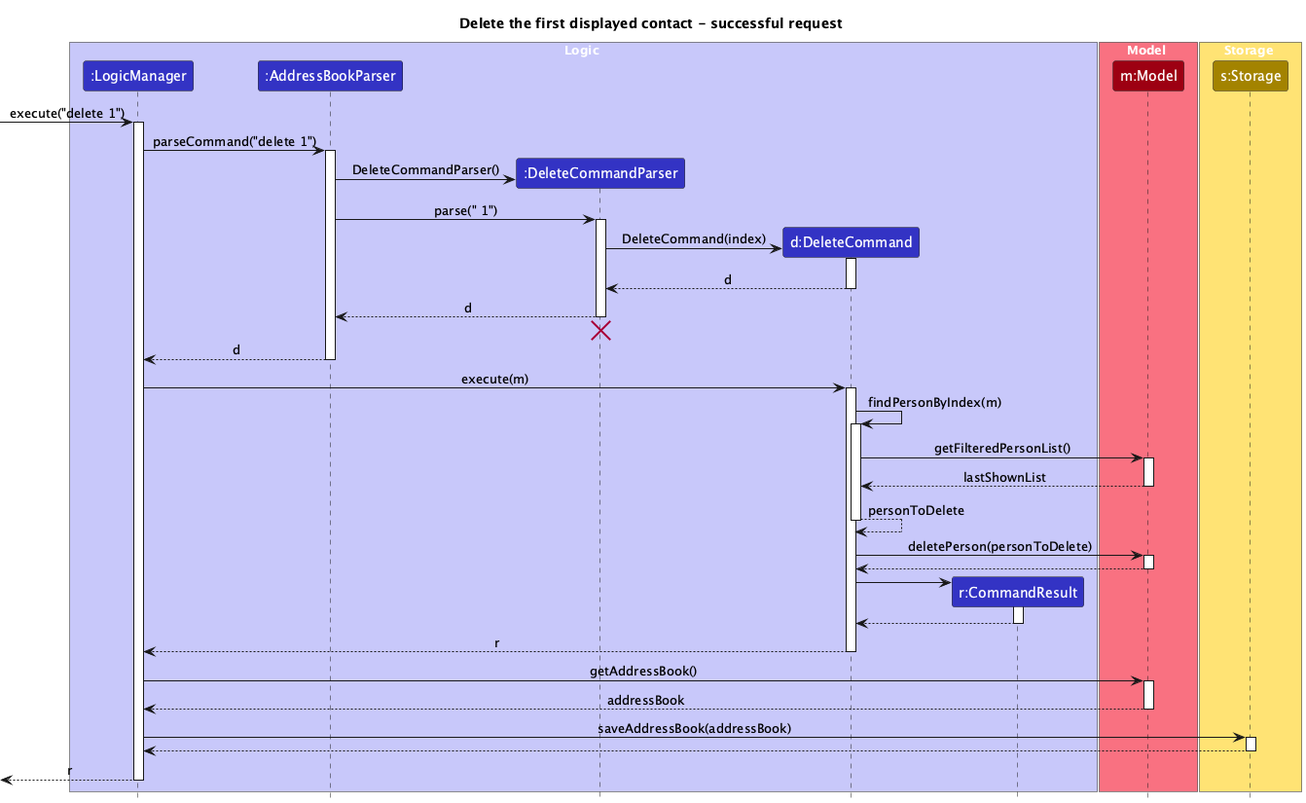
The PlantUML diagram docs/images/DeleteSequenceDiagram.png in AY2627S1-CS2103T-W11-2/tp, before a commit.
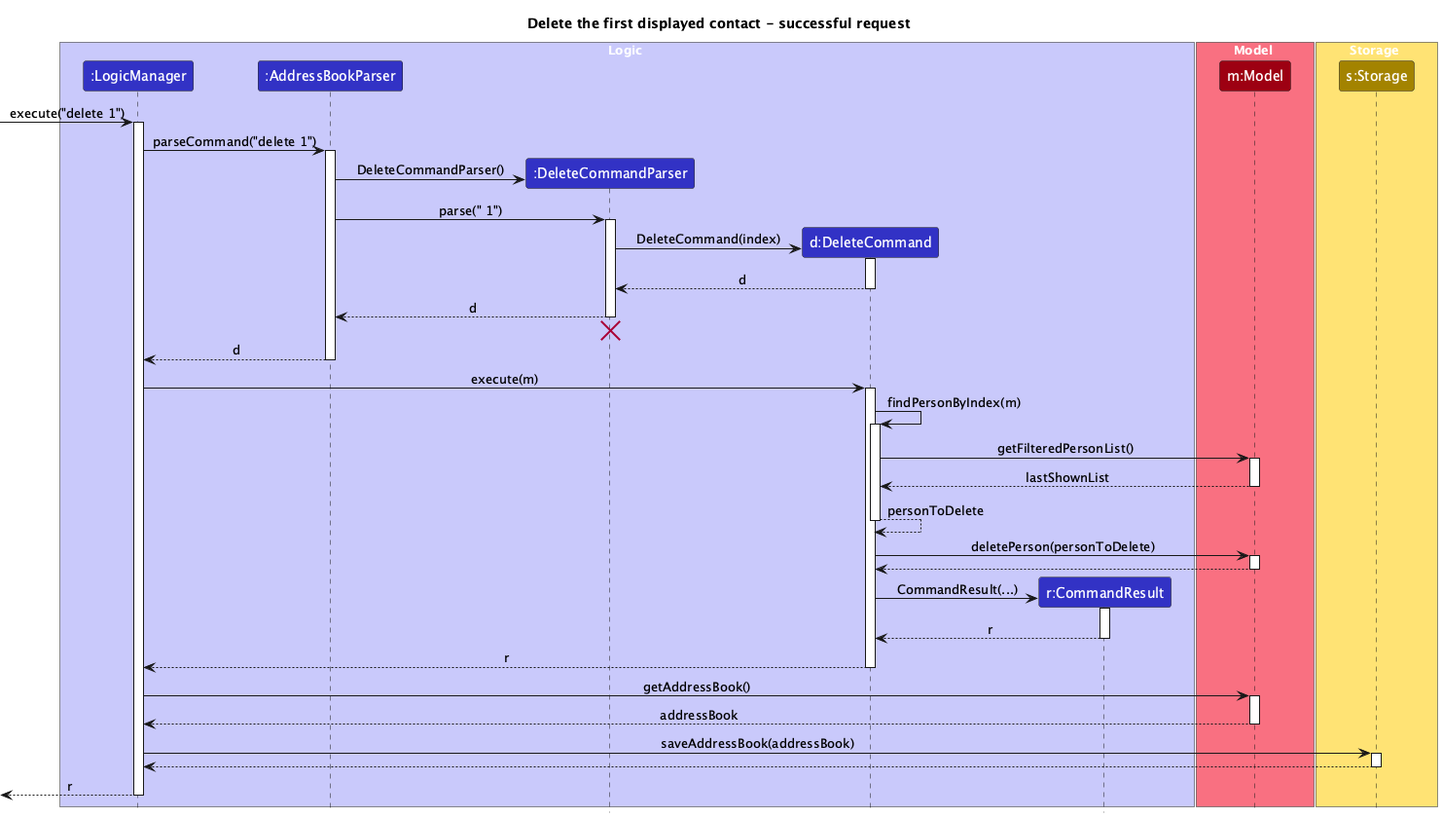
After the change.

Commit message:
Fix UML diagram

Diff of the diagram source:
```diff
@@ -65,10 +65,10 @@
 deactivate Model
 
 create CommandResult
-DeleteCommand -> CommandResult
+DeleteCommand -> CommandResult : CommandResult(...)
 activate CommandResult
 
-CommandResult --> DeleteCommand
+CommandResult --> DeleteCommand : r
 deactivate CommandResult
 
 DeleteCommand --> LogicManager : r
```
